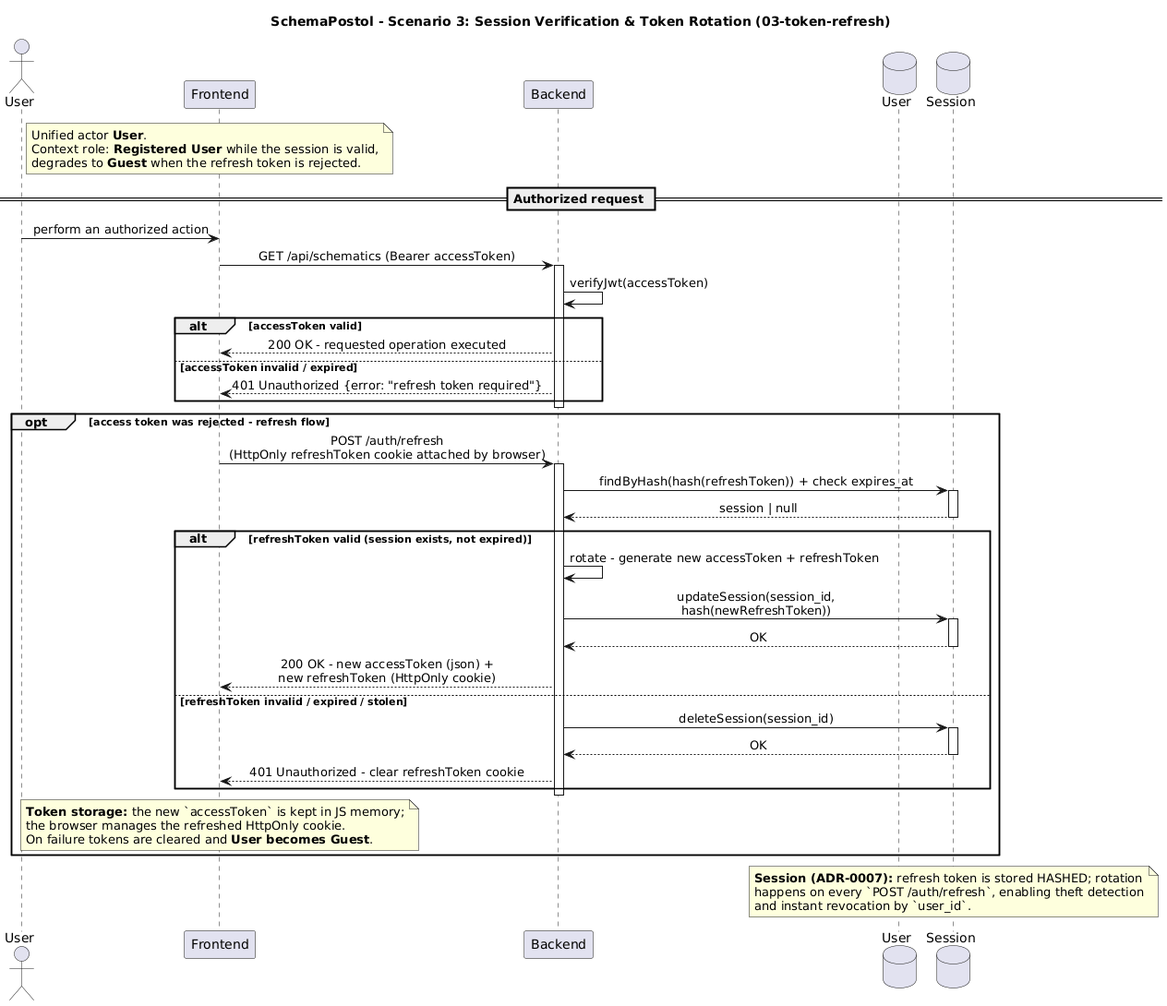
Before: lab3/model/03-token-refresh.png, a diagram exported from PlantUML (ApostolQleg/KPI2). Its diagram source:
```plantuml
@startuml
title SchemaPostol - Scenario 3: Session Verification & Token Rotation (03-token-refresh)

skinparam backgroundColor #FFFFFF
skinparam shadowing false
skinparam sequenceMessageAlign center
skinparam responseMessageBelowArrow true

actor "User" as HumanUser
participant "Frontend" as FE
participant "Backend" as BE
database "User" as UserEntity
database "Session" as SessionEntity

note right of HumanUser
  Unified actor **User**.
  Context role: **Registered User** while the session is valid,
  degrades to **Guest** when the refresh token is rejected.
end note

== Authorized request ==

HumanUser -> FE : perform an authorized action
FE -> BE : GET /api/schematics (Bearer accessToken)
activate BE
BE -> BE : verifyJwt(accessToken)
alt accessToken valid
  BE --> FE : 200 OK - requested operation executed
else accessToken invalid / expired
  BE --> FE : 401 Unauthorized {error: "refresh token required"}
end
deactivate BE

opt access token was rejected - refresh flow
  FE -> BE : POST /auth/refresh\n(HttpOnly refreshToken cookie attached by browser)
  activate BE
  BE -> SessionEntity : findByHash(hash(refreshToken)) + check expires_at
  activate SessionEntity
  SessionEntity --> BE : session | null
  deactivate SessionEntity
  alt refreshToken valid (session exists, not expired)
    BE -> BE : rotate - generate new accessToken + refreshToken
    BE -> SessionEntity : updateSession(session_id,\nhash(newRefreshToken))
    activate SessionEntity
    SessionEntity --> BE : OK
    deactivate SessionEntity
    BE --> FE : 200 OK - new accessToken (json) +\nnew refreshToken (HttpOnly cookie)
  else refreshToken invalid / expired / stolen
    BE -> SessionEntity : deleteSession(session_id)
    activate SessionEntity
    SessionEntity --> BE : OK
    deactivate SessionEntity
    BE --> FE : 401 Unauthorized - clear refreshToken cookie
  end
  deactivate BE
  note over FE
    **Token storage:** the new `accessToken` is kept in JS memory;
    the browser manages the refreshed HttpOnly cookie.
    On failure tokens are cleared and **User becomes Guest**.
  end note
end

note over SessionEntity
  **Session (ADR-0007):** refresh token is stored HASHED; rotation
  happens on every `POST /auth/refresh`, enabling theft detection
  and instant revocation by `user_id`.
end note

@enduml
```
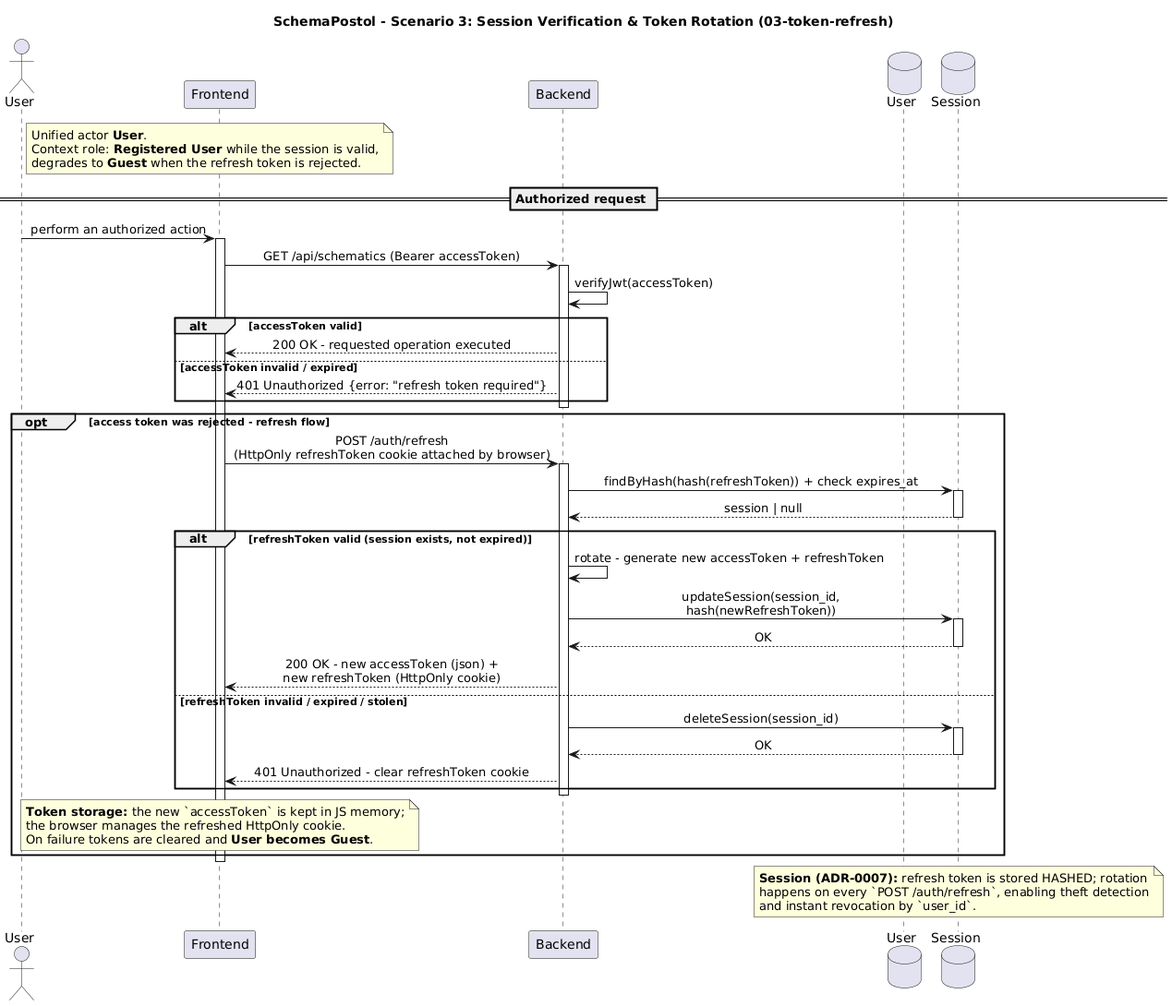
The same diagram one commit later.

The edit, as a diff of the source:
```diff
@@ -21,6 +21,7 @@
 == Authorized request ==
 
 HumanUser -> FE : perform an authorized action
+activate FE
 FE -> BE : GET /api/schematics (Bearer accessToken)
 activate BE
 BE -> BE : verifyJwt(accessToken)
@@ -59,6 +60,7 @@
     On failure tokens are cleared and **User becomes Guest**.
   end note
 end
+deactivate FE
 
 note over SessionEntity
   **Session (ADR-0007):** refresh token is stored HASHED; rotation
```
